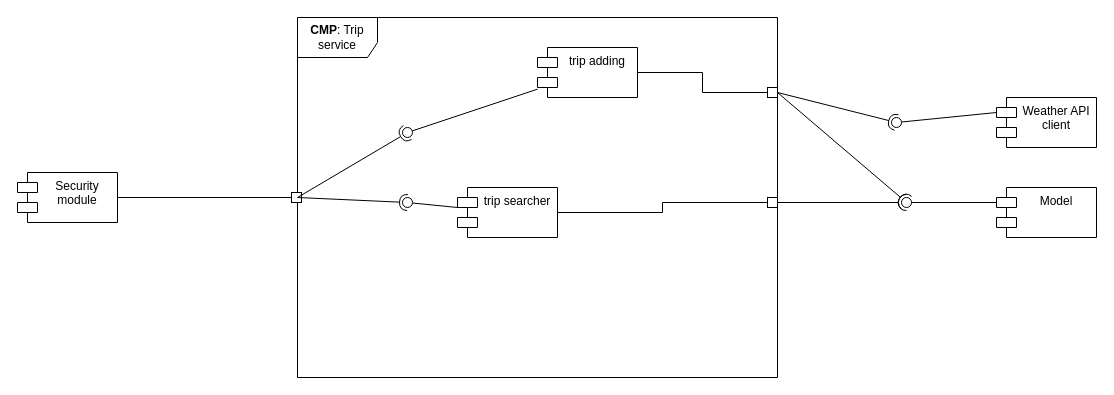
This is page "Trip_detailed_view" (5 of 7) of DD/LaTeXCode/images/drawio/Component_diagram.drawio from jacopobellosi/Bellosi-Montanelli-Tempobono, a draw.io file, before an edit. Source tidied: cells renumbered, new cells numbered last; positions are measured from the earlier drawing's top-left corner, leaving out a move shared by most shapes. Both pictures are drawn from the tidied source at 100%, with x=0, y=0 at pixel (17, 17).
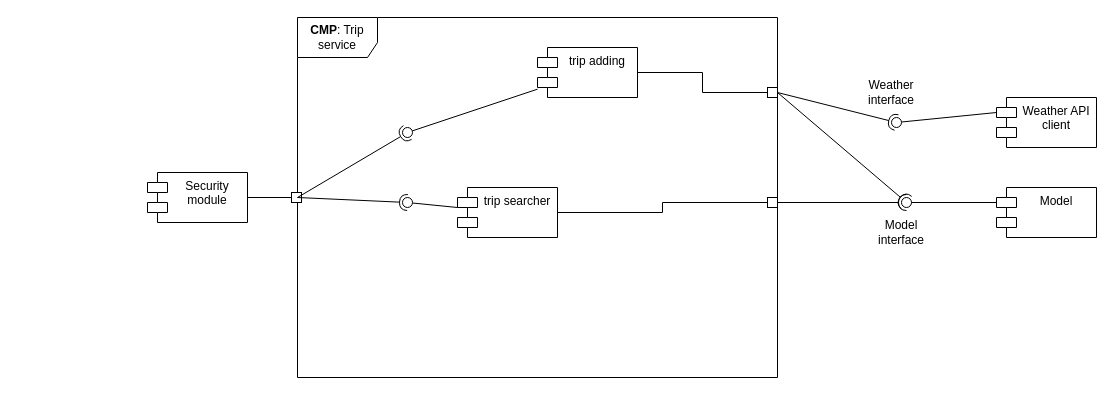
Above is the later version.

Diff of the diagram source:
```diff
@@
     <mxCell id="6" value="Security&lt;br&gt;module" style="shape=module;align=left;spacingLeft=20;align=center;verticalAlign=top;whiteSpace=wrap;html=1;" parent="1" vertex="1">
-      <mxGeometry y="155" width="100" height="50" as="geometry" />
+      <mxGeometry x="130" y="155" width="100" height="50" as="geometry" />
     </mxCell>
@@
+    <mxCell id="35" value="Model&lt;br&gt;interface" style="text;html=1;whiteSpace=wrap;strokeColor=none;fillColor=none;align=center;verticalAlign=middle;rounded=0;" parent="1" vertex="1">
+      <mxGeometry x="854" y="200" width="60" height="30" as="geometry" />
+    </mxCell>
+    <mxCell id="36" value="Weather&lt;br&gt;interface" style="text;html=1;whiteSpace=wrap;strokeColor=none;fillColor=none;align=center;verticalAlign=middle;rounded=0;" parent="1" vertex="1">
+      <mxGeometry x="844" y="60" width="60" height="30" as="geometry" />
+    </mxCell>
```
